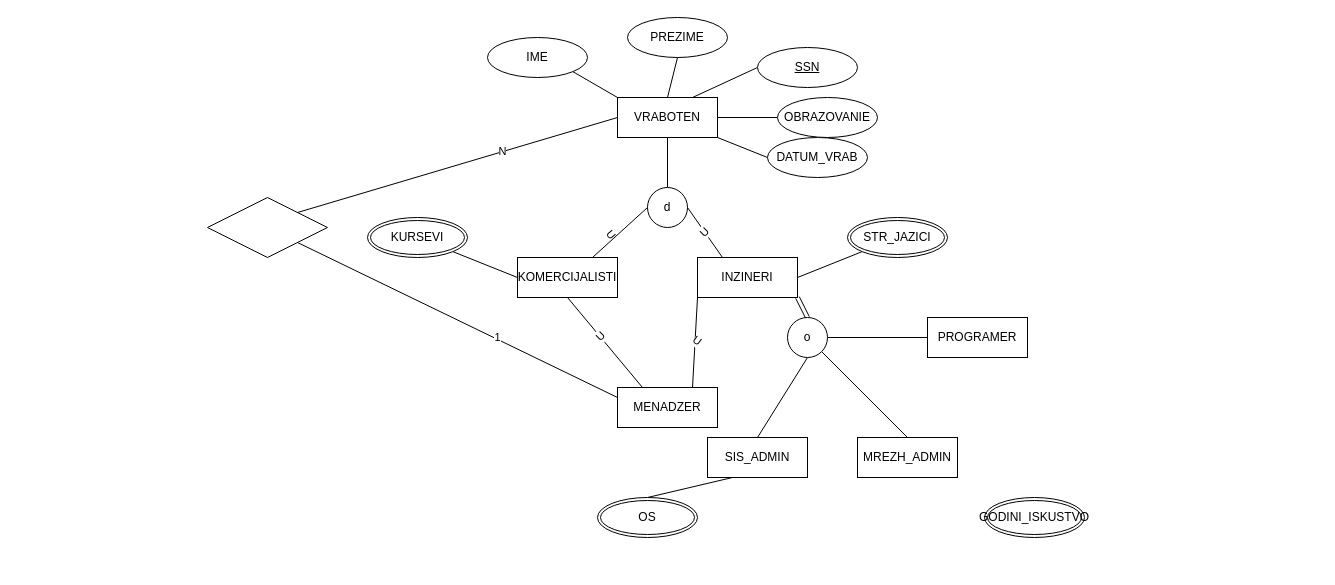
Above: aud2.drawio in loramarku9/BAZInaPODATOCI (draw.io), before the change. Source tidied: cells renumbered, new cells numbered last; positions are measured from the earlier drawing's top-left corner, leaving out a move shared by most shapes. Both pictures are drawn from the tidied source at 100%, with x=0, y=0 at pixel (207, 17).
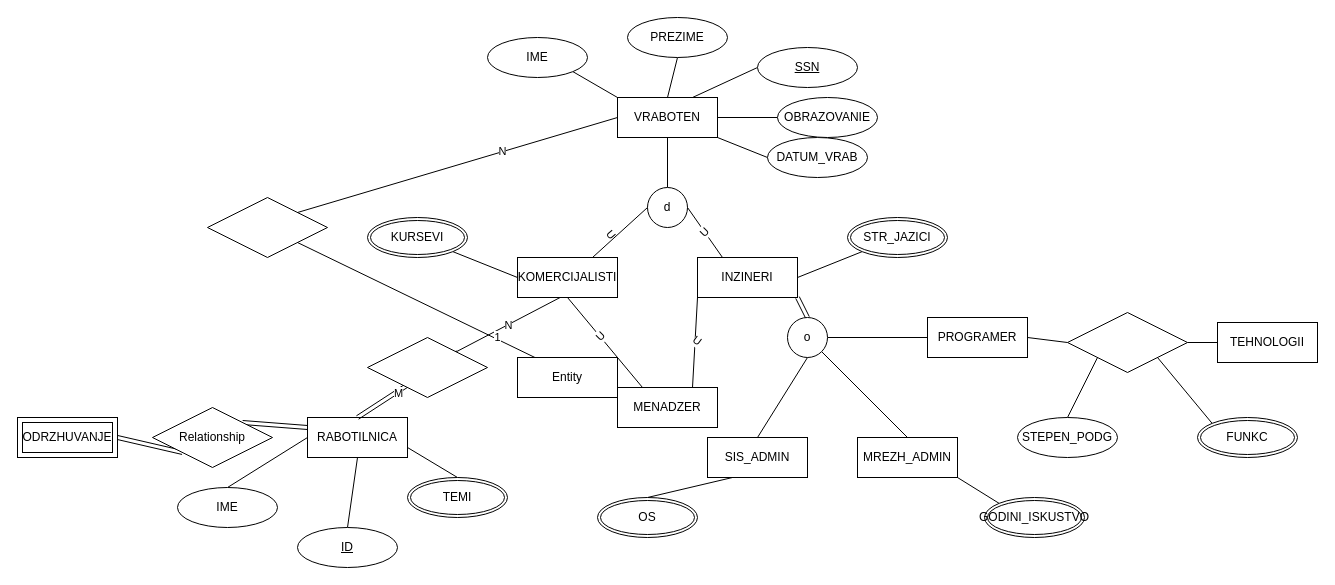
After the change.

Unchanged cells that the change refers to:
```xml
<mxCell id="27" value="KOMERCIJALISTI" style="whiteSpace=wrap;html=1;align=center;" parent="1" vertex="1">
  <mxGeometry x="310" y="240" width="100" height="40" as="geometry" />
</mxCell>
<mxCell id="40" value="MREZH_ADMIN" style="whiteSpace=wrap;html=1;align=center;" parent="1" vertex="1">
  <mxGeometry x="650" y="420" width="100" height="40" as="geometry" />
</mxCell>
<mxCell id="43" value="PROGRAMER" style="whiteSpace=wrap;html=1;align=center;" parent="1" vertex="1">
  <mxGeometry x="720" y="300" width="100" height="40" as="geometry" />
</mxCell>
<mxCell id="45" value="GODINI_ISKUSTVO" style="ellipse;shape=doubleEllipse;margin=3;whiteSpace=wrap;html=1;align=center;" parent="1" vertex="1">
  <mxGeometry x="777" y="480" width="100" height="40" as="geometry" />
</mxCell>
```

The edit, as a diff of the source:
```diff
@@
+    <mxCell id="46" style="edgeStyle=none;shape=connector;rounded=0;jettySize=auto;html=1;exitX=1;exitY=0.25;exitDx=0;exitDy=0;entryX=0;entryY=1;entryDx=0;entryDy=0;strokeColor=default;align=center;verticalAlign=middle;fontFamily=Helvetica;fontSize=11;fontColor=default;labelBackgroundColor=default;defaultLabelBackgroundColor=page;endArrow=none;endFill=0;" parent="1" edge="1" source="27" target="67">
+      <mxGeometry relative="1" as="geometry" />
+    </mxCell>
+    <mxCell id="47" value="N" style="edgeLabel;html=1;align=center;verticalAlign=middle;inheritText=1;defaultLabelBackgroundColor=page;" parent="46" vertex="1">
+      <mxGeometry x="0.01" relative="1" as="geometry">
+        <mxPoint x="1" as="offset" />
+      </mxGeometry>
+    </mxCell>
@@
+    <mxCell id="48" style="edgeStyle=none;shape=connector;rounded=0;jettySize=auto;html=1;exitX=1;exitY=0.5;exitDx=0;exitDy=0;entryX=0;entryY=0.5;entryDx=0;entryDy=0;strokeColor=default;align=center;verticalAlign=middle;fontFamily=Helvetica;fontSize=11;fontColor=default;labelBackgroundColor=default;defaultLabelBackgroundColor=page;endArrow=none;endFill=0;" parent="1" edge="1" source="43" target="52">
+      <mxGeometry relative="1" as="geometry" />
+    </mxCell>
@@
+    <mxCell id="49" style="edgeStyle=none;shape=connector;rounded=0;jettySize=auto;html=1;exitX=0;exitY=0;exitDx=0;exitDy=0;entryX=1;entryY=1;entryDx=0;entryDy=0;strokeColor=default;align=center;verticalAlign=middle;fontFamily=Helvetica;fontSize=11;fontColor=default;labelBackgroundColor=default;defaultLabelBackgroundColor=page;endArrow=none;endFill=0;" parent="1" edge="1" source="45" target="40">
+      <mxGeometry relative="1" as="geometry" />
+    </mxCell>
@@
+    <mxCell id="50" style="edgeStyle=none;shape=connector;rounded=0;jettySize=auto;html=1;exitX=0;exitY=0.5;exitDx=0;exitDy=0;entryX=1;entryY=0.5;entryDx=0;entryDy=0;strokeColor=default;align=center;verticalAlign=middle;fontFamily=Helvetica;fontSize=11;fontColor=default;labelBackgroundColor=default;defaultLabelBackgroundColor=page;endArrow=none;endFill=0;" parent="1" edge="1" source="51" target="52">
+      <mxGeometry relative="1" as="geometry" />
+    </mxCell>
+    <mxCell id="51" value="TEHNOLOGII" style="whiteSpace=wrap;html=1;align=center;" parent="1" vertex="1">
+      <mxGeometry x="1010" y="305" width="100" height="40" as="geometry" />
+    </mxCell>
+    <mxCell id="52" style="shape=rhombus;perimeter=rhombusPerimeter;whiteSpace=wrap;html=1;align=center;" parent="1" vertex="1">
+      <mxGeometry x="860" y="295" width="120" height="60" as="geometry" />
+    </mxCell>
+    <mxCell id="53" style="edgeStyle=none;shape=connector;rounded=0;jettySize=auto;html=1;exitX=0.5;exitY=0;exitDx=0;exitDy=0;entryX=0;entryY=1;entryDx=0;entryDy=0;strokeColor=default;align=center;verticalAlign=middle;fontFamily=Helvetica;fontSize=11;fontColor=default;labelBackgroundColor=default;defaultLabelBackgroundColor=page;endArrow=none;endFill=0;" parent="1" edge="1" source="54" target="52">
+      <mxGeometry relative="1" as="geometry" />
+    </mxCell>
+    <mxCell id="54" value="STEPEN_PODG" style="ellipse;whiteSpace=wrap;html=1;align=center;" parent="1" vertex="1">
+      <mxGeometry x="810" y="400" width="100" height="40" as="geometry" />
+    </mxCell>
+    <mxCell id="55" style="edgeStyle=none;shape=connector;rounded=0;jettySize=auto;html=1;exitX=0;exitY=0;exitDx=0;exitDy=0;entryX=1;entryY=1;entryDx=0;entryDy=0;strokeColor=default;align=center;verticalAlign=middle;fontFamily=Helvetica;fontSize=11;fontColor=default;labelBackgroundColor=default;defaultLabelBackgroundColor=page;endArrow=none;endFill=0;" parent="1" edge="1" source="56" target="52">
+      <mxGeometry relative="1" as="geometry" />
+    </mxCell>
+    <mxCell id="56" value="FUNKC" style="ellipse;shape=doubleEllipse;margin=3;whiteSpace=wrap;html=1;align=center;" parent="1" vertex="1">
+      <mxGeometry x="990" y="400" width="100" height="40" as="geometry" />
+    </mxCell>
+    <mxCell id="57" style="edgeStyle=none;shape=connector;rounded=0;jettySize=auto;html=1;exitX=0;exitY=0.5;exitDx=0;exitDy=0;entryX=0.5;entryY=0;entryDx=0;entryDy=0;strokeColor=default;align=center;verticalAlign=middle;fontFamily=Helvetica;fontSize=11;fontColor=default;labelBackgroundColor=default;defaultLabelBackgroundColor=page;endArrow=none;endFill=0;" parent="1" edge="1" source="61" target="63">
+      <mxGeometry relative="1" as="geometry" />
+    </mxCell>
+    <mxCell id="58" style="edgeStyle=none;shape=connector;rounded=0;jettySize=auto;html=1;exitX=0.5;exitY=1;exitDx=0;exitDy=0;entryX=0.5;entryY=0;entryDx=0;entryDy=0;strokeColor=default;align=center;verticalAlign=middle;fontFamily=Helvetica;fontSize=11;fontColor=default;labelBackgroundColor=default;defaultLabelBackgroundColor=page;endArrow=none;endFill=0;" parent="1" edge="1" source="61" target="62">
+      <mxGeometry relative="1" as="geometry" />
+    </mxCell>
+    <mxCell id="59" style="edgeStyle=none;shape=connector;rounded=0;jettySize=auto;html=1;exitX=1;exitY=0.75;exitDx=0;exitDy=0;entryX=0.5;entryY=0;entryDx=0;entryDy=0;strokeColor=default;align=center;verticalAlign=middle;fontFamily=Helvetica;fontSize=11;fontColor=default;labelBackgroundColor=default;defaultLabelBackgroundColor=page;endArrow=none;endFill=0;" parent="1" edge="1" source="61" target="64">
+      <mxGeometry relative="1" as="geometry" />
+    </mxCell>
+    <mxCell id="60" style="edgeStyle=none;shape=link;rounded=0;jettySize=auto;html=1;exitX=0;exitY=0.25;exitDx=0;exitDy=0;entryX=1;entryY=0;entryDx=0;entryDy=0;strokeColor=default;align=center;verticalAlign=middle;fontFamily=Helvetica;fontSize=11;fontColor=default;labelBackgroundColor=default;defaultLabelBackgroundColor=page;endArrow=none;endFill=0;" parent="1" edge="1" source="61" target="71">
+      <mxGeometry relative="1" as="geometry" />
+    </mxCell>
+    <mxCell id="61" value="RABOTILNICA" style="whiteSpace=wrap;html=1;align=center;" parent="1" vertex="1">
+      <mxGeometry x="100" y="400" width="100" height="40" as="geometry" />
+    </mxCell>
+    <mxCell id="62" value="ID" style="ellipse;whiteSpace=wrap;html=1;align=center;fontStyle=4;" parent="1" vertex="1">
+      <mxGeometry x="90" y="510" width="100" height="40" as="geometry" />
+    </mxCell>
+    <mxCell id="63" value="IME" style="ellipse;whiteSpace=wrap;html=1;align=center;" parent="1" vertex="1">
+      <mxGeometry x="-30" y="470" width="100" height="40" as="geometry" />
+    </mxCell>
+    <mxCell id="64" value="TEMI" style="ellipse;shape=doubleEllipse;margin=3;whiteSpace=wrap;html=1;align=center;" parent="1" vertex="1">
+      <mxGeometry x="200" y="460" width="100" height="40" as="geometry" />
+    </mxCell>
+    <mxCell id="65" style="edgeStyle=none;shape=link;rounded=0;jettySize=auto;html=1;exitX=1;exitY=0;exitDx=0;exitDy=0;entryX=0.5;entryY=0;entryDx=0;entryDy=0;strokeColor=default;align=center;verticalAlign=middle;fontFamily=Helvetica;fontSize=11;fontColor=default;labelBackgroundColor=default;defaultLabelBackgroundColor=page;endArrow=none;endFill=0;" parent="1" edge="1" source="67" target="61">
+      <mxGeometry relative="1" as="geometry" />
+    </mxCell>
+    <mxCell id="66" value="M" style="edgeLabel;html=1;align=center;verticalAlign=middle;inheritText=1;defaultLabelBackgroundColor=page;" parent="65" vertex="1">
+      <mxGeometry x="0.21" y="1" relative="1" as="geometry" />
+    </mxCell>
+    <mxCell id="67" style="shape=rhombus;perimeter=rhombusPerimeter;whiteSpace=wrap;html=1;align=center;" parent="1" vertex="1">
+      <mxGeometry x="160" y="320" width="120" height="60" as="geometry" />
+    </mxCell>
+    <mxCell id="68" value="Entity" style="whiteSpace=wrap;html=1;align=center;" parent="1" vertex="1">
+      <mxGeometry x="310" y="340" width="100" height="40" as="geometry" />
+    </mxCell>
+    <mxCell id="69" style="edgeStyle=none;shape=link;rounded=0;jettySize=auto;html=1;exitX=1;exitY=0.5;exitDx=0;exitDy=0;entryX=0;entryY=1;entryDx=0;entryDy=0;strokeColor=default;align=center;verticalAlign=middle;fontFamily=Helvetica;fontSize=11;fontColor=default;labelBackgroundColor=default;defaultLabelBackgroundColor=page;endArrow=none;endFill=0;" parent="1" edge="1" source="70" target="71">
+      <mxGeometry relative="1" as="geometry" />
+    </mxCell>
+    <mxCell id="70" value="ODRZHUVANJE" style="shape=ext;margin=3;double=1;whiteSpace=wrap;html=1;align=center;" parent="1" vertex="1">
+      <mxGeometry x="-190" y="400" width="100" height="40" as="geometry" />
+    </mxCell>
+    <mxCell id="71" value="Relationship" style="shape=rhombus;perimeter=rhombusPerimeter;whiteSpace=wrap;html=1;align=center;" parent="1" vertex="1">
+      <mxGeometry x="-55" y="390" width="120" height="60" as="geometry" />
+    </mxCell>
```
